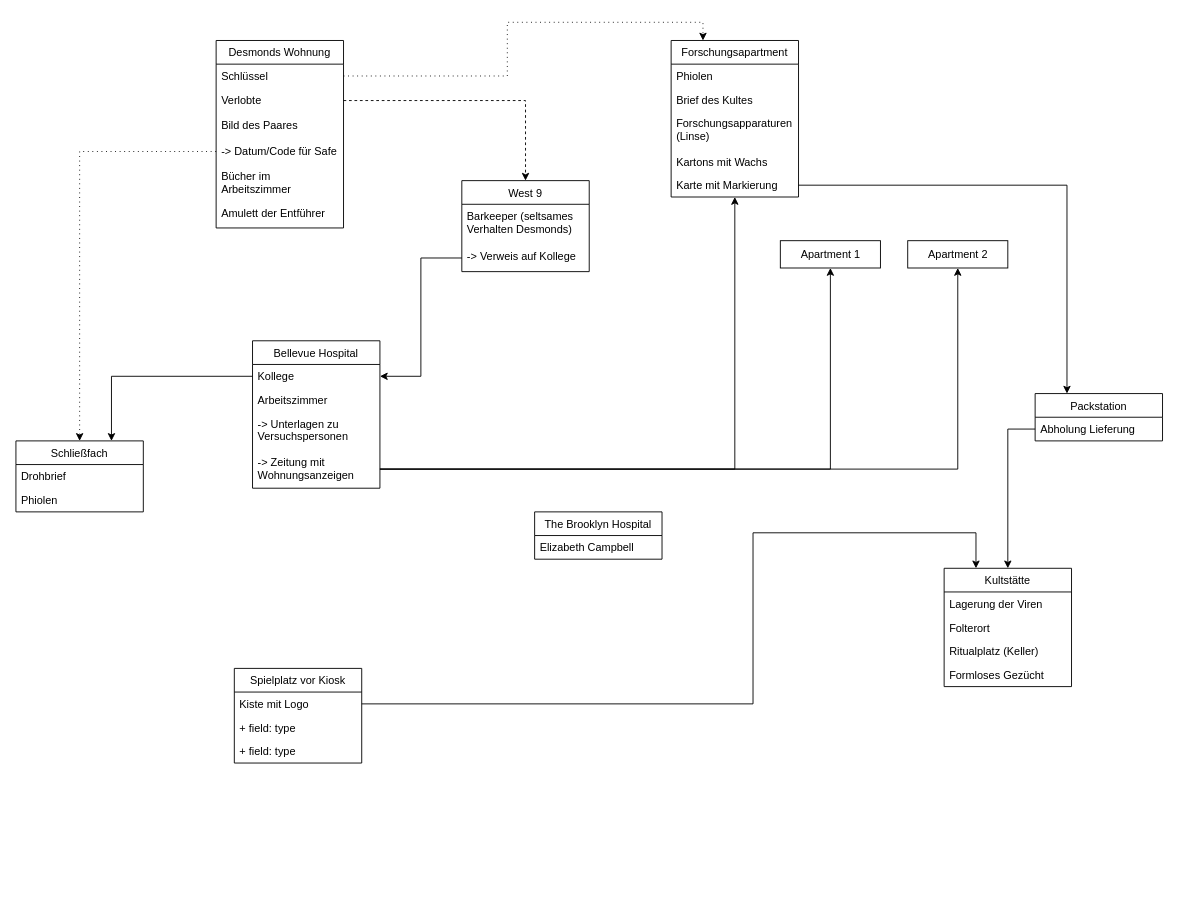
Earlier version of the draw.io diagram page "Hinweis-Map" (1 of 3) of Informationen.drawio (SasaSuppenknecht/WritingForFun). Source tidied: cells renumbered, new cells numbered last; positions are measured from the earlier drawing's top-left corner, leaving out a move shared by most shapes. Both pictures are drawn from the tidied source at 91%, with x=0, y=0 at pixel (15, 40).
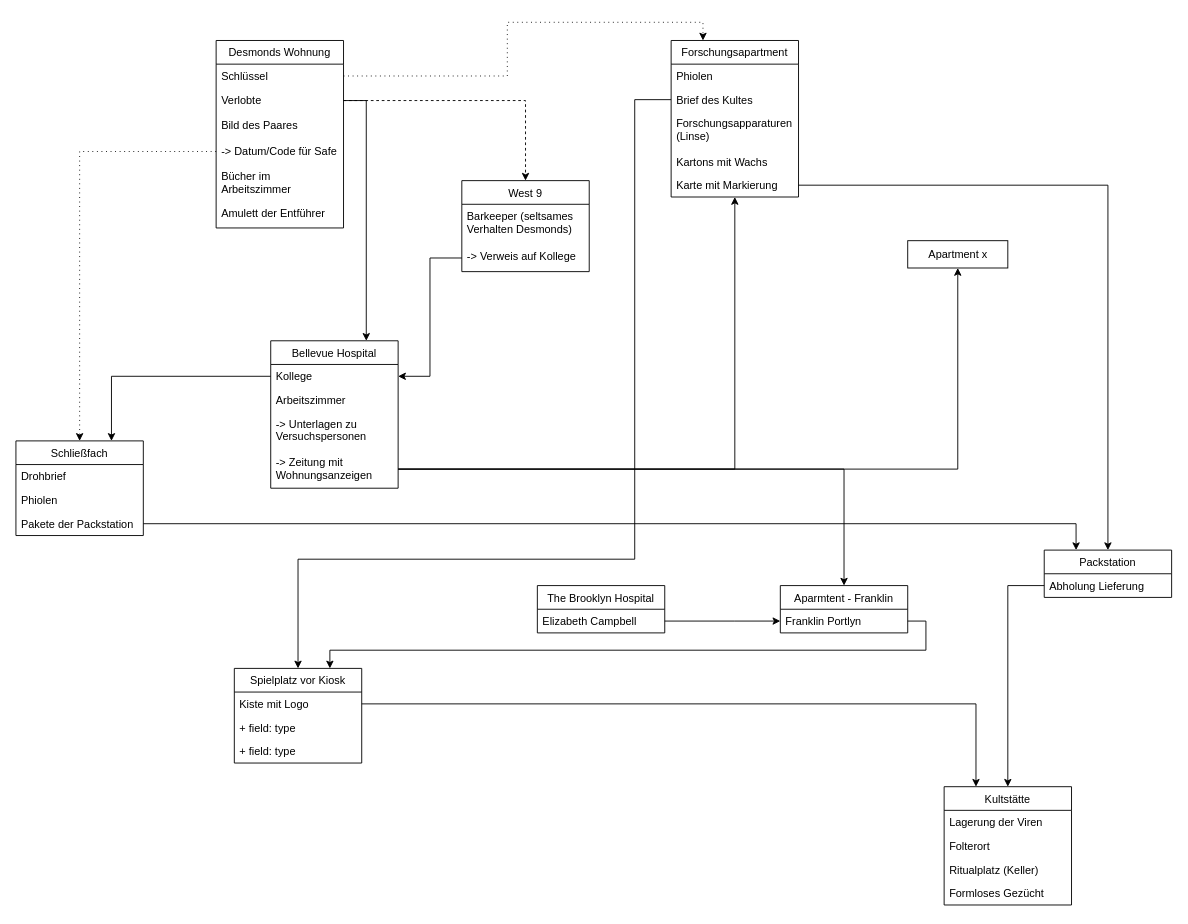
The same page after the edit.

Unchanged cells that the change refers to:
```xml
<mxCell id="4" value="Brief des Kultes" style="text;strokeColor=none;fillColor=none;align=left;verticalAlign=top;spacingLeft=4;spacingRight=4;overflow=hidden;points=[[0,0.5],[1,0.5]];portConstraint=eastwest;" parent="2" vertex="1">
  <mxGeometry y="52" width="140" height="26" as="geometry" />
</mxCell>
<mxCell id="7" value="Karte mit Markierung" style="text;strokeColor=none;fillColor=none;align=left;verticalAlign=top;spacingLeft=4;spacingRight=4;overflow=hidden;points=[[0,0.5],[1,0.5]];portConstraint=eastwest;" parent="2" vertex="1">
  <mxGeometry y="146" width="140" height="26" as="geometry" />
</mxCell>
<mxCell id="13" value="-&gt; Zeitung mit &#10;Wohnungsanzeigen" style="text;strokeColor=none;fillColor=none;align=left;verticalAlign=top;spacingLeft=4;spacingRight=4;overflow=hidden;points=[[0,0.5],[1,0.5]];portConstraint=eastwest;" parent="9" vertex="1">
  <mxGeometry y="120" width="140" height="42" as="geometry" />
</mxCell>
<mxCell id="25" value="Elizabeth Campbell" style="text;strokeColor=none;fillColor=none;align=left;verticalAlign=top;spacingLeft=4;spacingRight=4;overflow=hidden;points=[[0,0.5],[1,0.5]];portConstraint=eastwest;" parent="24" vertex="1">
  <mxGeometry y="26" width="140" height="26" as="geometry" />
</mxCell>
<mxCell id="34" value="Spielplatz vor Kiosk" style="swimlane;fontStyle=0;horizontal=1;startSize=26;fillColor=none;" parent="1" vertex="1">
  <mxGeometry x="240" y="690" width="140" height="104" as="geometry" />
</mxCell>
<mxCell id="35" value="Kiste mit Logo" style="text;strokeColor=none;fillColor=none;align=left;verticalAlign=top;spacingLeft=4;spacingRight=4;overflow=hidden;points=[[0,0.5],[1,0.5]];portConstraint=eastwest;" parent="34" vertex="1">
  <mxGeometry y="26" width="140" height="26" as="geometry" />
</mxCell>
<mxCell id="48" value="Verlobte" style="text;strokeColor=none;fillColor=none;align=left;verticalAlign=top;spacingLeft=4;spacingRight=4;overflow=hidden;points=[[0,0.5],[1,0.5]];portConstraint=eastwest;" parent="46" vertex="1">
  <mxGeometry y="52" width="140" height="28" as="geometry" />
</mxCell>
```

Diff of the diagram source:
```diff
@@
     <mxCell id="9" value="Bellevue Hospital" style="swimlane;fontStyle=0;horizontal=1;startSize=26;fillColor=none;" parent="1" vertex="1">
-      <mxGeometry x="260" y="330" width="140" height="162" as="geometry" />
+      <mxGeometry x="280" y="330" width="140" height="162" as="geometry" />
     </mxCell>
@@
     <mxCell id="17" value="Packstation" style="swimlane;fontStyle=0;horizontal=1;startSize=26;fillColor=none;" parent="1" vertex="1">
-      <mxGeometry x="1120" y="388" width="140" height="52" as="geometry" />
+      <mxGeometry x="1130" y="560" width="140" height="52" as="geometry" />
     </mxCell>
@@
     <mxCell id="19" value="Kultstätte" style="swimlane;fontStyle=0;horizontal=1;startSize=26;fillColor=none;" parent="1" vertex="1">
-      <mxGeometry x="1020" y="580" width="140" height="130" as="geometry" />
+      <mxGeometry x="1020" y="820" width="140" height="130" as="geometry" />
     </mxCell>
@@
     <mxCell id="24" value="The Brooklyn Hospital" style="swimlane;fontStyle=0;horizontal=1;startSize=26;fillColor=none;" parent="1" vertex="1">
-      <mxGeometry x="570" y="518" width="140" height="52" as="geometry" />
+      <mxGeometry x="573" y="599" width="140" height="52" as="geometry" />
     </mxCell>
@@
     <mxCell id="26" value="Schließfach" style="swimlane;fontStyle=0;horizontal=1;startSize=26;fillColor=none;" parent="1" vertex="1">
-      <mxGeometry y="440" width="140" height="78" as="geometry" />
+      <mxGeometry y="440" width="140" height="104" as="geometry" />
     </mxCell>
@@
+    <mxCell id="54" value="Phiolen" style="text;strokeColor=none;fillColor=none;align=left;verticalAlign=top;spacingLeft=4;spacingRight=4;overflow=hidden;" parent="26" vertex="1">
+      <mxGeometry y="52" width="140" height="26" as="geometry" />
+    </mxCell>
-    <mxCell id="28" value="Phiolen" style="text;strokeColor=none;fillColor=none;align=left;verticalAlign=top;spacingLeft=4;spacingRight=4;overflow=hidden;points=[[0,0.5],[1,0.5]];portConstraint=eastwest;" parent="26" vertex="1">
-      <mxGeometry y="52" width="140" height="26" as="geometry" />
+    <mxCell id="28" value="Pakete der Packstation" style="text;strokeColor=none;fillColor=none;align=left;verticalAlign=top;spacingLeft=4;spacingRight=4;overflow=hidden;points=[[0,0.5],[1,0.5]];portConstraint=eastwest;" parent="26" vertex="1">
+      <mxGeometry y="78" width="140" height="26" as="geometry" />
     </mxCell>
@@
-    <mxCell id="38" value="Apartment 1" style="html=1;" parent="1" vertex="1">
-      <mxGeometry x="840" y="220" width="110" height="30" as="geometry" />
-    </mxCell>
-    <mxCell id="39" value="Apartment 2" style="html=1;" parent="1" vertex="1">
+    <mxCell id="39" value="Apartment x" style="html=1;" parent="1" vertex="1">
       <mxGeometry x="980" y="220" width="110" height="30" as="geometry" />
     </mxCell>
@@
-    <mxCell id="41" style="edgeStyle=orthogonalEdgeStyle;rounded=0;jettySize=auto;html=1;exitX=1;exitY=0.5;exitDx=0;exitDy=0;entryX=0.5;entryY=1;entryDx=0;entryDy=0;" parent="1" edge="1" source="13" target="38">
-      <mxGeometry relative="1" as="geometry" />
-    </mxCell>
-    <mxCell id="42" style="edgeStyle=orthogonalEdgeStyle;rounded=0;jettySize=auto;html=1;exitX=1;exitY=0.5;exitDx=0;exitDy=0;entryX=0.25;entryY=0;entryDx=0;entryDy=0;" parent="1" edge="1" source="7" target="17">
-      <mxGeometry relative="1" as="geometry" />
+    <mxCell id="42" style="edgeStyle=orthogonalEdgeStyle;rounded=0;jettySize=auto;html=1;exitX=1;exitY=0.5;exitDx=0;exitDy=0;entryX=0.5;entryY=0;entryDx=0;entryDy=0;" parent="1" edge="1" source="7" target="17">
+      <mxGeometry relative="1" as="geometry">
+        <Array as="points">
+          <mxPoint x="1200" y="159" />
+        </Array>
+      </mxGeometry>
     </mxCell>
@@
     <mxCell id="53" style="edgeStyle=orthogonalEdgeStyle;rounded=0;jettySize=auto;html=1;exitX=1;exitY=0.5;exitDx=0;exitDy=0;entryX=0.25;entryY=0;entryDx=0;entryDy=0;" parent="1" edge="1" source="35" target="19">
       <mxGeometry relative="1" as="geometry">
         <Array as="points">
-          <mxPoint x="810" y="729" />
-          <mxPoint x="810" y="541" />
-          <mxPoint x="1055" y="541" />
+          <mxPoint x="1055" y="729" />
         </Array>
       </mxGeometry>
     </mxCell>
+    <mxCell id="55" style="edgeStyle=orthogonalEdgeStyle;rounded=0;jettySize=auto;html=1;exitX=1;exitY=0.5;exitDx=0;exitDy=0;entryX=0.25;entryY=0;entryDx=0;entryDy=0;" parent="1" edge="1" source="28" target="17">
+      <mxGeometry relative="1" as="geometry" />
+    </mxCell>
+    <mxCell id="56" style="edgeStyle=orthogonalEdgeStyle;rounded=0;jettySize=auto;html=1;exitX=1;exitY=0.5;exitDx=0;exitDy=0;entryX=0.75;entryY=0;entryDx=0;entryDy=0;" parent="1" edge="1" source="48" target="9">
+      <mxGeometry relative="1" as="geometry" />
+    </mxCell>
+    <mxCell id="57" style="edgeStyle=orthogonalEdgeStyle;rounded=0;jettySize=auto;html=1;exitX=0;exitY=0.5;exitDx=0;exitDy=0;entryX=0.5;entryY=0;entryDx=0;entryDy=0;" parent="1" edge="1" source="4" target="34">
+      <mxGeometry relative="1" as="geometry">
+        <Array as="points">
+          <mxPoint x="680" y="65" />
+          <mxPoint x="680" y="570" />
+          <mxPoint x="310" y="570" />
+        </Array>
+      </mxGeometry>
+    </mxCell>
+    <mxCell id="58" value="Aparmtent - Franklin" style="swimlane;fontStyle=0;horizontal=1;startSize=26;fillColor=none;" parent="1" vertex="1">
+      <mxGeometry x="840" y="599" width="140" height="52" as="geometry" />
+    </mxCell>
+    <mxCell id="59" value="Franklin Portlyn" style="text;strokeColor=none;fillColor=none;align=left;verticalAlign=top;spacingLeft=4;spacingRight=4;overflow=hidden;points=[[0,0.5],[1,0.5]];portConstraint=eastwest;" parent="58" vertex="1">
+      <mxGeometry y="26" width="140" height="26" as="geometry" />
+    </mxCell>
+    <mxCell id="60" style="edgeStyle=orthogonalEdgeStyle;rounded=0;jettySize=auto;html=1;exitX=1;exitY=0.5;exitDx=0;exitDy=0;" parent="1" edge="1" source="13" target="58">
+      <mxGeometry relative="1" as="geometry" />
+    </mxCell>
+    <mxCell id="61" style="edgeStyle=orthogonalEdgeStyle;rounded=0;jettySize=auto;html=1;exitX=1;exitY=0.5;exitDx=0;exitDy=0;entryX=0;entryY=0.5;entryDx=0;entryDy=0;" parent="1" edge="1" source="25" target="59">
+      <mxGeometry relative="1" as="geometry">
+        <Array as="points">
+          <mxPoint x="790" y="638" />
+          <mxPoint x="790" y="638" />
+        </Array>
+      </mxGeometry>
+    </mxCell>
+    <mxCell id="62" style="edgeStyle=orthogonalEdgeStyle;rounded=0;jettySize=auto;html=1;exitX=1;exitY=0.5;exitDx=0;exitDy=0;entryX=0.75;entryY=0;entryDx=0;entryDy=0;" parent="1" edge="1" source="59" target="34">
+      <mxGeometry relative="1" as="geometry">
+        <Array as="points">
+          <mxPoint x="1000" y="638" />
+          <mxPoint x="1000" y="670" />
+          <mxPoint x="345" y="670" />
+        </Array>
+      </mxGeometry>
+    </mxCell>
```
